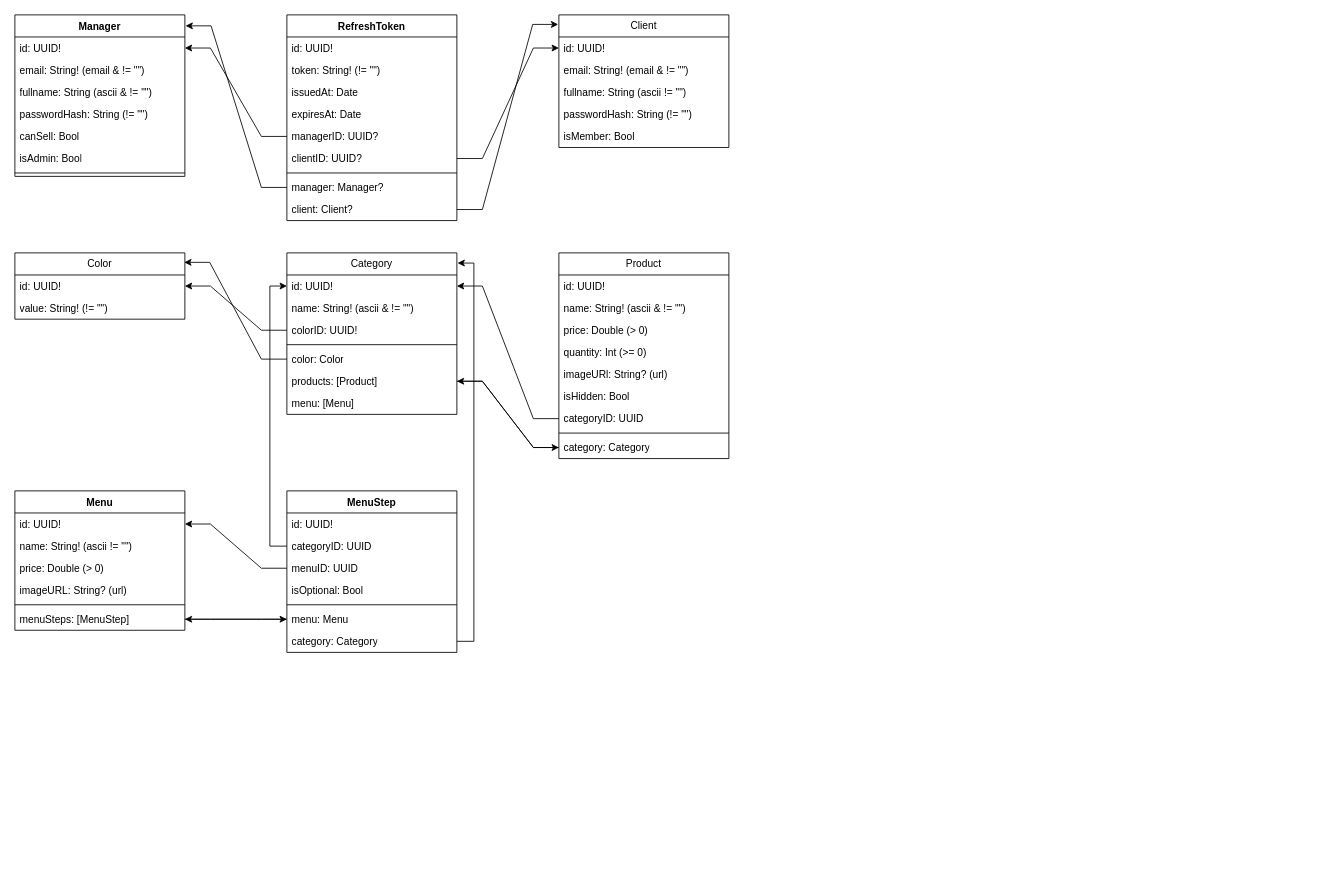
Earlier version of the draw.io diagram Diagramme sans nom.drawio (FlorianClaisse/drawio). Source tidied: cells renumbered, new cells numbered last; positions are measured from the earlier drawing's top-left corner, leaving out a move shared by most shapes. Both pictures are drawn from the tidied source at 85%, with x=0, y=0 at pixel (14, 14).
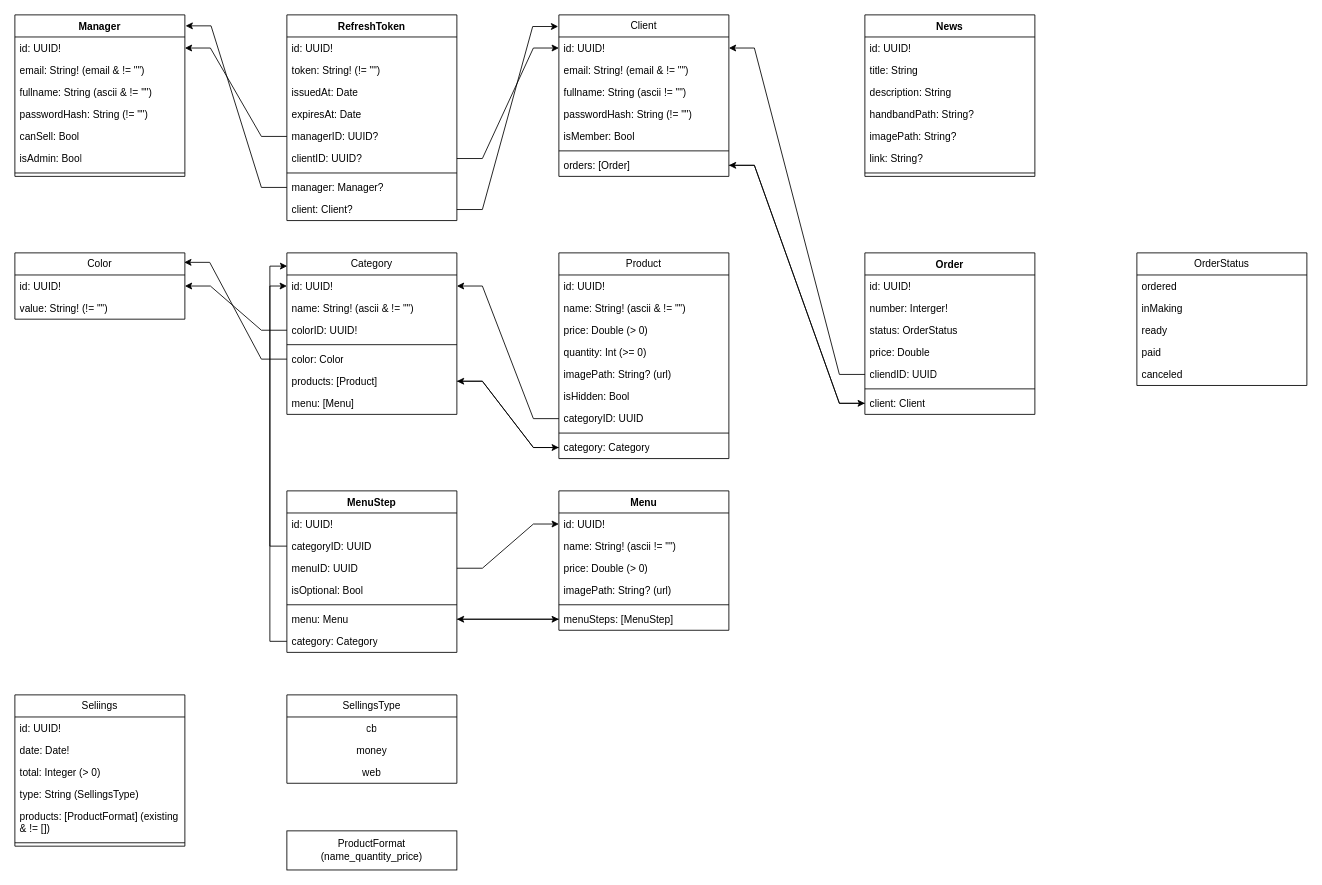
The same page after the edit.

Commit message:
Mettre à jour Diagramme sans nom.drawio

The change refers to these unchanged cells:
```xml
<mxCell id="2" value="Category" style="swimlane;fontStyle=0;horizontal=1;startSize=26;fillColor=none;whiteSpace=wrap;html=1;" parent="1" vertex="1">
  <mxGeometry x="320" y="280" width="200" height="190" as="geometry" />
</mxCell>
<mxCell id="11" value="id: UUID!" style="text;strokeColor=none;fillColor=none;align=left;verticalAlign=top;spacingLeft=4;spacingRight=4;overflow=hidden;points=[[0,0.5],[1,0.5]];portConstraint=eastwest;whiteSpace=wrap;html=1;" parent="10" vertex="1">
  <mxGeometry y="26" width="200" height="26" as="geometry" />
</mxCell>
<mxCell id="19" value="Product" style="swimlane;fontStyle=0;horizontal=1;startSize=26;fillColor=none;whiteSpace=wrap;html=1;" parent="1" vertex="1">
  <mxGeometry x="640" y="280" width="200" height="242" as="geometry" />
</mxCell>
<mxCell id="57" value="id: UUID!" style="text;strokeColor=none;fillColor=none;align=left;verticalAlign=top;spacingLeft=4;spacingRight=4;overflow=hidden;points=[[0,0.5],[1,0.5]];portConstraint=eastwest;whiteSpace=wrap;html=1;" parent="56" vertex="1">
  <mxGeometry y="26" width="200" height="26" as="geometry" />
</mxCell>
<mxCell id="62" value="menuSteps: [MenuStep]" style="text;strokeColor=none;fillColor=none;align=left;verticalAlign=top;spacingLeft=4;spacingRight=4;overflow=hidden;points=[[0,0.5],[1,0.5]];portConstraint=eastwest;whiteSpace=wrap;html=1;" parent="56" vertex="1">
  <mxGeometry y="138" width="200" height="26" as="geometry" />
</mxCell>
<mxCell id="66" value="menuID: UUID" style="text;strokeColor=none;fillColor=none;align=left;verticalAlign=top;spacingLeft=4;spacingRight=4;overflow=hidden;points=[[0,0.5],[1,0.5]];portConstraint=eastwest;whiteSpace=wrap;html=1;" parent="63" vertex="1">
  <mxGeometry y="78" width="200" height="26" as="geometry" />
</mxCell>
<mxCell id="69" value="menu: Menu" style="text;strokeColor=none;fillColor=none;align=left;verticalAlign=top;spacingLeft=4;spacingRight=4;overflow=hidden;points=[[0,0.5],[1,0.5]];portConstraint=eastwest;whiteSpace=wrap;html=1;" parent="63" vertex="1">
  <mxGeometry y="138" width="200" height="26" as="geometry" />
</mxCell>
<mxCell id="70" value="category: Category" style="text;strokeColor=none;fillColor=none;align=left;verticalAlign=top;spacingLeft=4;spacingRight=4;overflow=hidden;points=[[0,0.5],[1,0.5]];portConstraint=eastwest;whiteSpace=wrap;html=1;" parent="63" vertex="1">
  <mxGeometry y="164" width="200" height="26" as="geometry" />
</mxCell>
```

What changed in the source:
```diff
@@
     <mxCell id="10" value="Client" style="swimlane;fontStyle=0;horizontal=1;startSize=26;fillColor=none;whiteSpace=wrap;html=1;" parent="1" vertex="1">
-      <mxGeometry x="640" width="200" height="156" as="geometry" />
+      <mxGeometry x="640" width="200" height="190" as="geometry" />
     </mxCell>
@@
+    <mxCell id="76" style="line;strokeWidth=1;fillColor=none;align=left;verticalAlign=middle;spacingTop=-1;spacingLeft=3;spacingRight=3;labelPosition=right;strokeColor=inherit;" parent="10" vertex="1">
+      <mxGeometry y="156" width="200" height="8" as="geometry" />
+    </mxCell>
+    <mxCell id="77" value="orders: [Order]" style="text;strokeColor=none;fillColor=none;align=left;verticalAlign=top;spacingLeft=4;spacingRight=4;overflow=hidden;points=[[0,0.5],[1,0.5]];portConstraint=eastwest;whiteSpace=wrap;html=1;" parent="10" vertex="1">
+      <mxGeometry y="164" width="200" height="26" as="geometry" />
+    </mxCell>
@@
-    <mxCell id="24" value="imageURl: String? (url)" style="text;strokeColor=none;fillColor=none;align=left;verticalAlign=top;spacingLeft=4;spacingRight=4;overflow=hidden;whiteSpace=wrap;html=1;" parent="19" vertex="1">
+    <mxCell id="24" value="imagePath: String? (url)" style="text;strokeColor=none;fillColor=none;align=left;verticalAlign=top;spacingLeft=4;spacingRight=4;overflow=hidden;whiteSpace=wrap;html=1;" parent="19" vertex="1">
       <mxGeometry y="130" width="200" height="26" as="geometry" />
     </mxCell>
@@
     <mxCell id="56" value="Menu" style="swimlane;fontStyle=1;align=center;verticalAlign=top;horizontal=1;startSize=26;whiteSpace=wrap;html=1;" parent="1" vertex="1">
-      <mxGeometry y="560" width="200" height="164" as="geometry" />
+      <mxGeometry x="640" y="560" width="200" height="164" as="geometry" />
     </mxCell>
@@
-    <mxCell id="60" value="imageURL: String? (url)" style="text;strokeColor=none;fillColor=none;align=left;verticalAlign=top;spacingLeft=4;spacingRight=4;overflow=hidden;whiteSpace=wrap;html=1;" parent="56" vertex="1">
+    <mxCell id="60" value="imagePath: String? (url)" style="text;strokeColor=none;fillColor=none;align=left;verticalAlign=top;spacingLeft=4;spacingRight=4;overflow=hidden;whiteSpace=wrap;html=1;" parent="56" vertex="1">
       <mxGeometry y="104" width="200" height="26" as="geometry" />
     </mxCell>
@@
-    <mxCell id="71" style="edgeStyle=entityRelationEdgeStyle;rounded=0;jettySize=auto;html=1;exitX=0;exitY=0.5;exitDx=0;exitDy=0;entryX=1;entryY=0.5;entryDx=0;entryDy=0;" parent="1" edge="1" source="66" target="57">
-      <mxGeometry relative="1" as="geometry" />
-    </mxCell>
@@
+    <mxCell id="75" style="edgeStyle=orthogonalEdgeStyle;rounded=0;jettySize=auto;html=1;exitX=0;exitY=0.5;exitDx=0;exitDy=0;entryX=0.002;entryY=0.082;entryDx=0;entryDy=0;entryPerimeter=0;" parent="1" edge="1" source="70" target="2">
+      <mxGeometry relative="1" as="geometry" />
+    </mxCell>
-    <mxCell id="73" style="edgeStyle=entityRelationEdgeStyle;rounded=0;jettySize=auto;html=1;exitX=0;exitY=0.5;exitDx=0;exitDy=0;entryX=1;entryY=0.5;entryDx=0;entryDy=0;" parent="1" edge="1" source="69" target="62">
+    <mxCell id="73" style="edgeStyle=orthogonalEdgeStyle;rounded=0;jettySize=auto;html=1;exitX=1;exitY=0.5;exitDx=0;exitDy=0;entryX=0;entryY=0.5;entryDx=0;entryDy=0;" parent="1" edge="1" source="69" target="62">
       <mxGeometry relative="1" as="geometry" />
     </mxCell>
-    <mxCell id="74" style="edgeStyle=entityRelationEdgeStyle;rounded=0;jettySize=auto;html=1;exitX=1;exitY=0.5;exitDx=0;exitDy=0;" parent="1" edge="1" source="62" target="69">
+    <mxCell id="74" style="edgeStyle=orthogonalEdgeStyle;rounded=0;jettySize=auto;html=1;exitX=0;exitY=0.5;exitDx=0;exitDy=0;entryX=1;entryY=0.5;entryDx=0;entryDy=0;" parent="1" edge="1" source="62" target="69">
       <mxGeometry relative="1" as="geometry" />
     </mxCell>
-    <mxCell id="75" style="edgeStyle=orthogonalEdgeStyle;rounded=0;jettySize=auto;html=1;exitX=1;exitY=0.5;exitDx=0;exitDy=0;entryX=1.004;entryY=0.063;entryDx=0;entryDy=0;entryPerimeter=0;" parent="1" edge="1" source="70" target="2">
-      <mxGeometry relative="1" as="geometry" />
-    </mxCell>
+    <mxCell id="71" style="edgeStyle=entityRelationEdgeStyle;rounded=0;jettySize=auto;html=1;exitX=1;exitY=0.5;exitDx=0;exitDy=0;entryX=0;entryY=0.5;entryDx=0;entryDy=0;" parent="1" edge="1" source="66" target="57">
+      <mxGeometry relative="1" as="geometry" />
+    </mxCell>
+    <mxCell id="78" value="News" style="swimlane;fontStyle=1;align=center;verticalAlign=top;horizontal=1;startSize=26;whiteSpace=wrap;html=1;" parent="1" vertex="1">
+      <mxGeometry x="1000" width="200" height="190" as="geometry" />
+    </mxCell>
+    <mxCell id="79" value="id: UUID!" style="text;strokeColor=none;fillColor=none;align=left;verticalAlign=top;spacingLeft=4;spacingRight=4;overflow=hidden;whiteSpace=wrap;html=1;" parent="78" vertex="1">
+      <mxGeometry y="26" width="200" height="26" as="geometry" />
+    </mxCell>
+    <mxCell id="80" value="title: String" style="text;strokeColor=none;fillColor=none;align=left;verticalAlign=top;spacingLeft=4;spacingRight=4;overflow=hidden;whiteSpace=wrap;html=1;" parent="78" vertex="1">
+      <mxGeometry y="52" width="200" height="26" as="geometry" />
+    </mxCell>
+    <mxCell id="81" value="description: String" style="text;strokeColor=none;fillColor=none;align=left;verticalAlign=top;spacingLeft=4;spacingRight=4;overflow=hidden;whiteSpace=wrap;html=1;" parent="78" vertex="1">
+      <mxGeometry y="78" width="200" height="26" as="geometry" />
+    </mxCell>
+    <mxCell id="82" value="handbandPath: String?" style="text;strokeColor=none;fillColor=none;align=left;verticalAlign=top;spacingLeft=4;spacingRight=4;overflow=hidden;whiteSpace=wrap;html=1;" parent="78" vertex="1">
+      <mxGeometry y="104" width="200" height="26" as="geometry" />
+    </mxCell>
+    <mxCell id="83" value="imagePath: String?" style="text;strokeColor=none;fillColor=none;align=left;verticalAlign=top;spacingLeft=4;spacingRight=4;overflow=hidden;whiteSpace=wrap;html=1;" parent="78" vertex="1">
+      <mxGeometry y="130" width="200" height="26" as="geometry" />
+    </mxCell>
+    <mxCell id="84" value="link: String?" style="text;strokeColor=none;fillColor=none;align=left;verticalAlign=top;spacingLeft=4;spacingRight=4;overflow=hidden;whiteSpace=wrap;html=1;" parent="78" vertex="1">
+      <mxGeometry y="156" width="200" height="26" as="geometry" />
+    </mxCell>
+    <mxCell id="85" style="line;strokeWidth=1;fillColor=none;align=left;verticalAlign=middle;spacingTop=-1;spacingLeft=3;spacingRight=3;labelPosition=right;strokeColor=inherit;" parent="78" vertex="1">
+      <mxGeometry y="182" width="200" height="8" as="geometry" />
+    </mxCell>
+    <mxCell id="86" value="Seliings" style="swimlane;fontStyle=0;horizontal=1;startSize=26;fillColor=none;whiteSpace=wrap;html=1;" parent="1" vertex="1">
+      <mxGeometry y="800" width="200" height="178" as="geometry" />
+    </mxCell>
+    <mxCell id="87" value="id: UUID!" style="text;strokeColor=none;fillColor=none;align=left;verticalAlign=top;spacingLeft=4;spacingRight=4;overflow=hidden;whiteSpace=wrap;html=1;" parent="86" vertex="1">
+      <mxGeometry y="26" width="200" height="26" as="geometry" />
+    </mxCell>
+    <mxCell id="88" value="date: Date!" style="text;strokeColor=none;fillColor=none;align=left;verticalAlign=top;spacingLeft=4;spacingRight=4;overflow=hidden;whiteSpace=wrap;html=1;" parent="86" vertex="1">
+      <mxGeometry y="52" width="200" height="26" as="geometry" />
+    </mxCell>
+    <mxCell id="89" value="total: Integer (&amp;gt; 0)" style="text;strokeColor=none;fillColor=none;align=left;verticalAlign=top;spacingLeft=4;spacingRight=4;overflow=hidden;whiteSpace=wrap;html=1;" parent="86" vertex="1">
+      <mxGeometry y="78" width="200" height="26" as="geometry" />
+    </mxCell>
+    <mxCell id="90" value="type: String (SellingsType)" style="text;strokeColor=none;fillColor=none;align=left;verticalAlign=top;spacingLeft=4;spacingRight=4;overflow=hidden;whiteSpace=wrap;html=1;" parent="86" vertex="1">
+      <mxGeometry y="104" width="200" height="26" as="geometry" />
+    </mxCell>
+    <mxCell id="91" value="products: [ProductFormat] (existing &amp;amp; != []) " style="text;strokeColor=none;fillColor=none;align=left;verticalAlign=top;spacingLeft=4;spacingRight=4;overflow=hidden;whiteSpace=wrap;html=1;" parent="86" vertex="1">
+      <mxGeometry y="130" width="200" height="40" as="geometry" />
+    </mxCell>
+    <mxCell id="92" style="line;strokeWidth=1;fillColor=none;align=left;verticalAlign=middle;spacingTop=-1;spacingLeft=3;spacingRight=3;labelPosition=right;strokeColor=inherit;" parent="86" vertex="1">
+      <mxGeometry y="170" width="200" height="8" as="geometry" />
+    </mxCell>
+    <mxCell id="93" value="SellingsType" style="swimlane;fontStyle=0;horizontal=1;startSize=26;fillColor=none;whiteSpace=wrap;html=1;" parent="1" vertex="1">
+      <mxGeometry x="320" y="800" width="200" height="104" as="geometry" />
+    </mxCell>
+    <mxCell id="94" value="cb" style="text;strokeColor=none;fillColor=none;align=center;verticalAlign=top;spacingLeft=4;spacingRight=4;overflow=hidden;whiteSpace=wrap;html=1;" parent="93" vertex="1">
+      <mxGeometry y="26" width="200" height="26" as="geometry" />
+    </mxCell>
+    <mxCell id="95" value="money" style="text;strokeColor=none;fillColor=none;align=center;verticalAlign=top;spacingLeft=4;spacingRight=4;overflow=hidden;whiteSpace=wrap;html=1;" parent="93" vertex="1">
+      <mxGeometry y="52" width="200" height="26" as="geometry" />
+    </mxCell>
+    <mxCell id="96" value="web" style="text;strokeColor=none;fillColor=none;align=center;verticalAlign=top;spacingLeft=4;spacingRight=4;overflow=hidden;whiteSpace=wrap;html=1;" parent="93" vertex="1">
+      <mxGeometry y="78" width="200" height="26" as="geometry" />
+    </mxCell>
+    <mxCell id="97" value="ProductFormat (name_quantity_price)" style="html=1;whiteSpace=wrap;" parent="1" vertex="1">
+      <mxGeometry x="320" y="960" width="200" height="46" as="geometry" />
+    </mxCell>
+    <mxCell id="98" value="Order" style="swimlane;fontStyle=1;align=center;verticalAlign=top;horizontal=1;startSize=26;whiteSpace=wrap;html=1;" parent="1" vertex="1">
+      <mxGeometry x="1000" y="280" width="200" height="190" as="geometry" />
+    </mxCell>
+    <mxCell id="99" value="id: UUID!" style="text;strokeColor=none;fillColor=none;align=left;verticalAlign=top;spacingLeft=4;spacingRight=4;overflow=hidden;whiteSpace=wrap;html=1;" parent="98" vertex="1">
+      <mxGeometry y="26" width="200" height="26" as="geometry" />
+    </mxCell>
+    <mxCell id="100" value="number: Interger!" style="text;strokeColor=none;fillColor=none;align=left;verticalAlign=top;spacingLeft=4;spacingRight=4;overflow=hidden;whiteSpace=wrap;html=1;" parent="98" vertex="1">
+      <mxGeometry y="52" width="200" height="26" as="geometry" />
+    </mxCell>
+    <mxCell id="101" value="status: OrderStatus" style="text;strokeColor=none;fillColor=none;align=left;verticalAlign=top;spacingLeft=4;spacingRight=4;overflow=hidden;whiteSpace=wrap;html=1;" parent="98" vertex="1">
+      <mxGeometry y="78" width="200" height="26" as="geometry" />
+    </mxCell>
+    <mxCell id="102" value="price: Double" style="text;strokeColor=none;fillColor=none;align=left;verticalAlign=top;spacingLeft=4;spacingRight=4;overflow=hidden;whiteSpace=wrap;html=1;" parent="98" vertex="1">
+      <mxGeometry y="104" width="200" height="26" as="geometry" />
+    </mxCell>
+    <mxCell id="103" value="cliendID: UUID" style="text;strokeColor=none;fillColor=none;align=left;verticalAlign=top;spacingLeft=4;spacingRight=4;overflow=hidden;points=[[0,0.5],[1,0.5]];portConstraint=eastwest;whiteSpace=wrap;html=1;" parent="98" vertex="1">
+      <mxGeometry y="130" width="200" height="26" as="geometry" />
+    </mxCell>
+    <mxCell id="104" style="line;strokeWidth=1;fillColor=none;align=left;verticalAlign=middle;spacingTop=-1;spacingLeft=3;spacingRight=3;labelPosition=right;strokeColor=inherit;" parent="98" vertex="1">
+      <mxGeometry y="156" width="200" height="8" as="geometry" />
+    </mxCell>
+    <mxCell id="105" value="client: Client" style="text;strokeColor=none;fillColor=none;align=left;verticalAlign=top;spacingLeft=4;spacingRight=4;overflow=hidden;points=[[0,0.5],[1,0.5]];portConstraint=eastwest;whiteSpace=wrap;html=1;" parent="98" vertex="1">
+      <mxGeometry y="164" width="200" height="26" as="geometry" />
+    </mxCell>
+    <mxCell id="106" value="OrderStatus" style="swimlane;fontStyle=0;horizontal=1;startSize=26;fillColor=none;whiteSpace=wrap;html=1;" parent="1" vertex="1">
+      <mxGeometry x="1320" y="280" width="200" height="156" as="geometry" />
+    </mxCell>
+    <mxCell id="107" value="ordered" style="text;strokeColor=none;fillColor=none;align=left;verticalAlign=top;spacingLeft=4;spacingRight=4;overflow=hidden;whiteSpace=wrap;html=1;" parent="106" vertex="1">
+      <mxGeometry y="26" width="200" height="26" as="geometry" />
+    </mxCell>
+    <mxCell id="108" value="inMaking" style="text;strokeColor=none;fillColor=none;align=left;verticalAlign=top;spacingLeft=4;spacingRight=4;overflow=hidden;whiteSpace=wrap;html=1;" parent="106" vertex="1">
+      <mxGeometry y="52" width="200" height="26" as="geometry" />
+    </mxCell>
+    <mxCell id="109" value="ready" style="text;strokeColor=none;fillColor=none;align=left;verticalAlign=top;spacingLeft=4;spacingRight=4;overflow=hidden;whiteSpace=wrap;html=1;" parent="106" vertex="1">
+      <mxGeometry y="78" width="200" height="26" as="geometry" />
+    </mxCell>
+    <mxCell id="110" value="paid" style="text;strokeColor=none;fillColor=none;align=left;verticalAlign=top;spacingLeft=4;spacingRight=4;overflow=hidden;whiteSpace=wrap;html=1;" parent="106" vertex="1">
+      <mxGeometry y="104" width="200" height="26" as="geometry" />
+    </mxCell>
+    <mxCell id="111" value="canceled" style="text;strokeColor=none;fillColor=none;align=left;verticalAlign=top;spacingLeft=4;spacingRight=4;overflow=hidden;whiteSpace=wrap;html=1;" parent="106" vertex="1">
+      <mxGeometry y="130" width="200" height="26" as="geometry" />
+    </mxCell>
+    <mxCell id="112" style="edgeStyle=entityRelationEdgeStyle;rounded=0;jettySize=auto;html=1;exitX=0;exitY=0.5;exitDx=0;exitDy=0;entryX=1;entryY=0.5;entryDx=0;entryDy=0;" parent="1" edge="1" source="103" target="11">
+      <mxGeometry relative="1" as="geometry" />
+    </mxCell>
+    <mxCell id="113" style="edgeStyle=entityRelationEdgeStyle;rounded=0;jettySize=auto;html=1;exitX=1;exitY=0.5;exitDx=0;exitDy=0;entryX=0;entryY=0.5;entryDx=0;entryDy=0;" parent="1" edge="1" source="77" target="105">
+      <mxGeometry relative="1" as="geometry" />
+    </mxCell>
+    <mxCell id="114" style="edgeStyle=entityRelationEdgeStyle;rounded=0;jettySize=auto;html=1;exitX=0;exitY=0.5;exitDx=0;exitDy=0;entryX=1;entryY=0.5;entryDx=0;entryDy=0;" parent="1" edge="1" source="105" target="77">
+      <mxGeometry relative="1" as="geometry" />
+    </mxCell>
```
